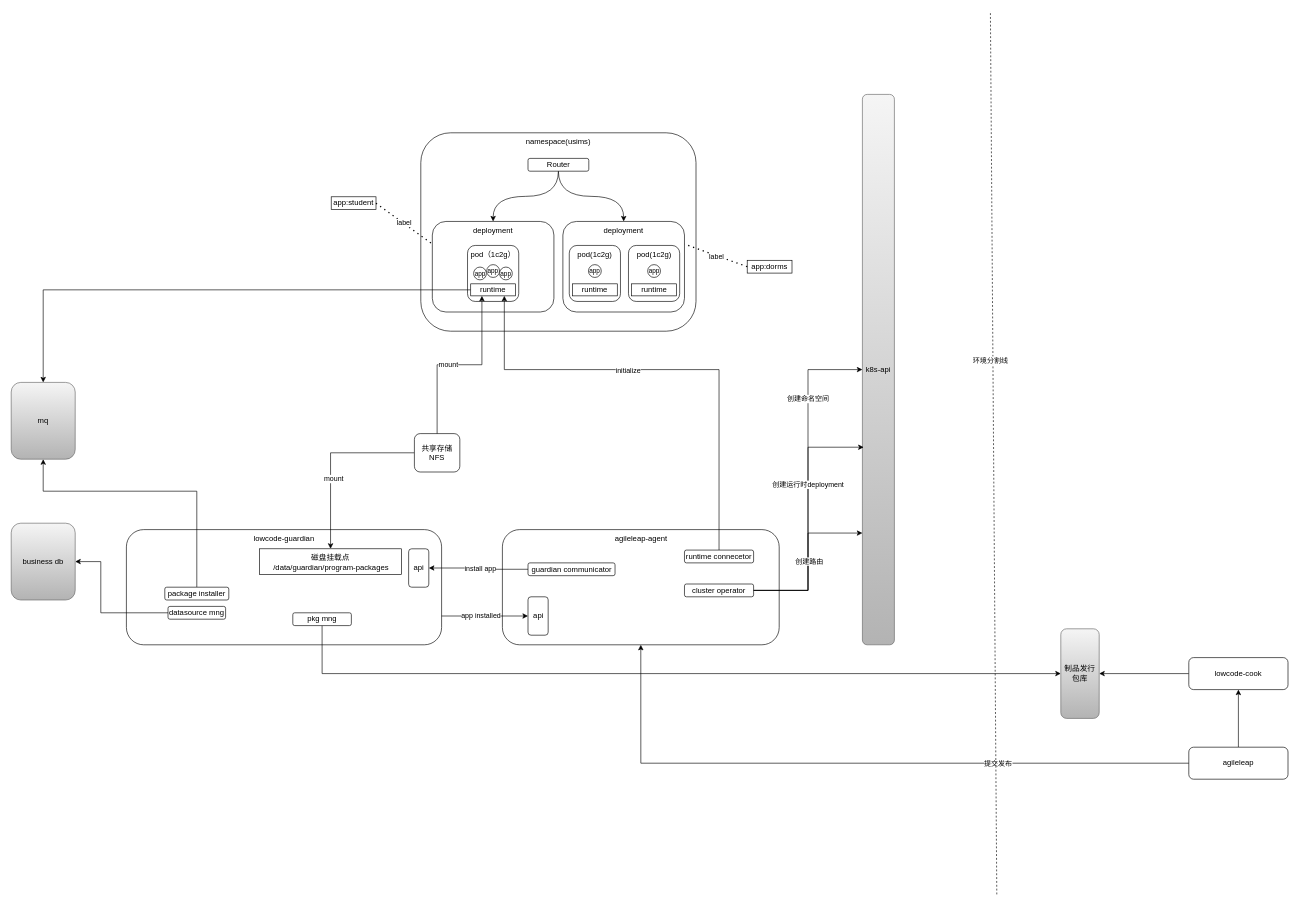
This is page "应用部署" (10 of 11) of 灵捷.drawio from ProgrammerLZ/drawio, a draw.io file, before an edit. Source tidied: cells renumbered, new cells numbered last; positions are measured from the earlier drawing's top-left corner, leaving out a move shared by most shapes. Both pictures are drawn from the tidied source at 64%, with x=0, y=0 at pixel (11, 11).
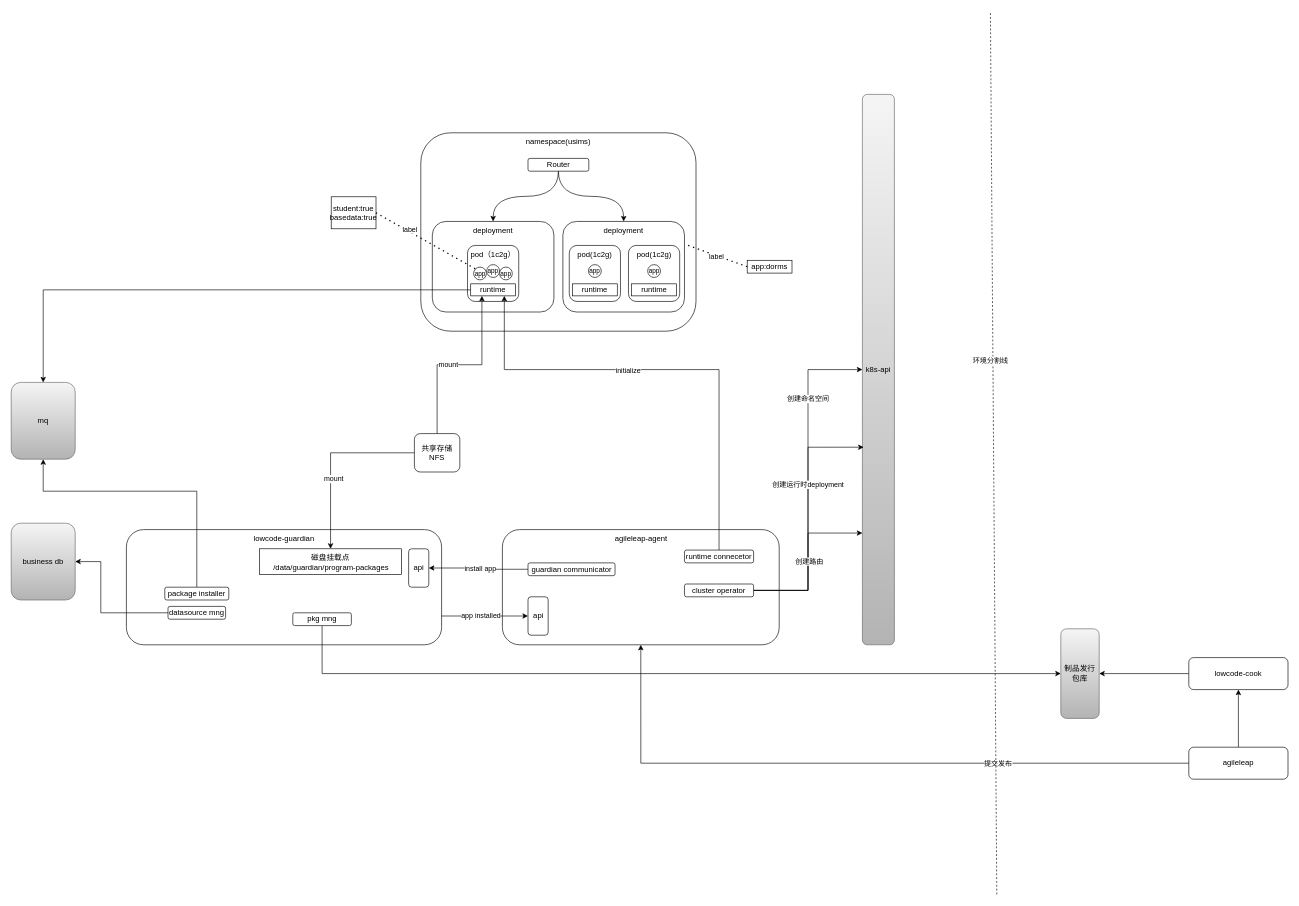
After the change.

The change refers to these unchanged cells:
```xml
<mxCell id="33" value="deployment" style="rounded=1;whiteSpace=wrap;html=1;verticalAlign=top;" parent="1" vertex="1">
  <mxGeometry x="658" y="328.5" width="190" height="141.5" as="geometry" />
</mxCell>
<mxCell id="64" value="app" style="ellipse;whiteSpace=wrap;html=1;fontSize=10;" parent="1" vertex="1">
  <mxGeometry x="722.5" y="399.8" width="20" height="20" as="geometry" />
</mxCell>
```

Change to the diagram source:
```diff
@@
-    <mxCell id="49" value="app:student" style="rounded=0;whiteSpace=wrap;html=1;" parent="1" vertex="1">
-      <mxGeometry x="500" y="290" width="70" height="20" as="geometry" />
+    <mxCell id="49" value="student:true&lt;div&gt;basedata:true&lt;/div&gt;" style="rounded=0;whiteSpace=wrap;html=1;" parent="1" vertex="1">
+      <mxGeometry x="500" y="290" width="70" height="50" as="geometry" />
     </mxCell>
-    <mxCell id="50" style="endArrow=none;dashed=1;html=1;dashPattern=1 3;strokeWidth=2;rounded=0;entryX=0;entryY=0.25;entryDx=0;entryDy=0;exitX=1;exitY=0.5;exitDx=0;exitDy=0;" parent="1" edge="1" source="49" target="33">
+    <mxCell id="50" style="endArrow=none;dashed=1;html=1;dashPattern=1 3;strokeWidth=2;rounded=0;entryX=0;entryY=0;entryDx=0;entryDy=0;exitX=1;exitY=0.5;exitDx=0;exitDy=0;" parent="1" edge="1" source="49" target="64">
       <mxGeometry relative="1" as="geometry" />
     </mxCell>
     <mxCell id="51" value="label" style="edgeLabel;html=1;align=center;verticalAlign=middle;" parent="50" vertex="1">
-      <mxGeometry x="-0.03" y="1" relative="1" as="geometry" />
+      <mxGeometry x="-0.03" y="1" relative="1" as="geometry">
+        <mxPoint x="-24" y="-16" as="offset" />
+      </mxGeometry>
     </mxCell>
```
